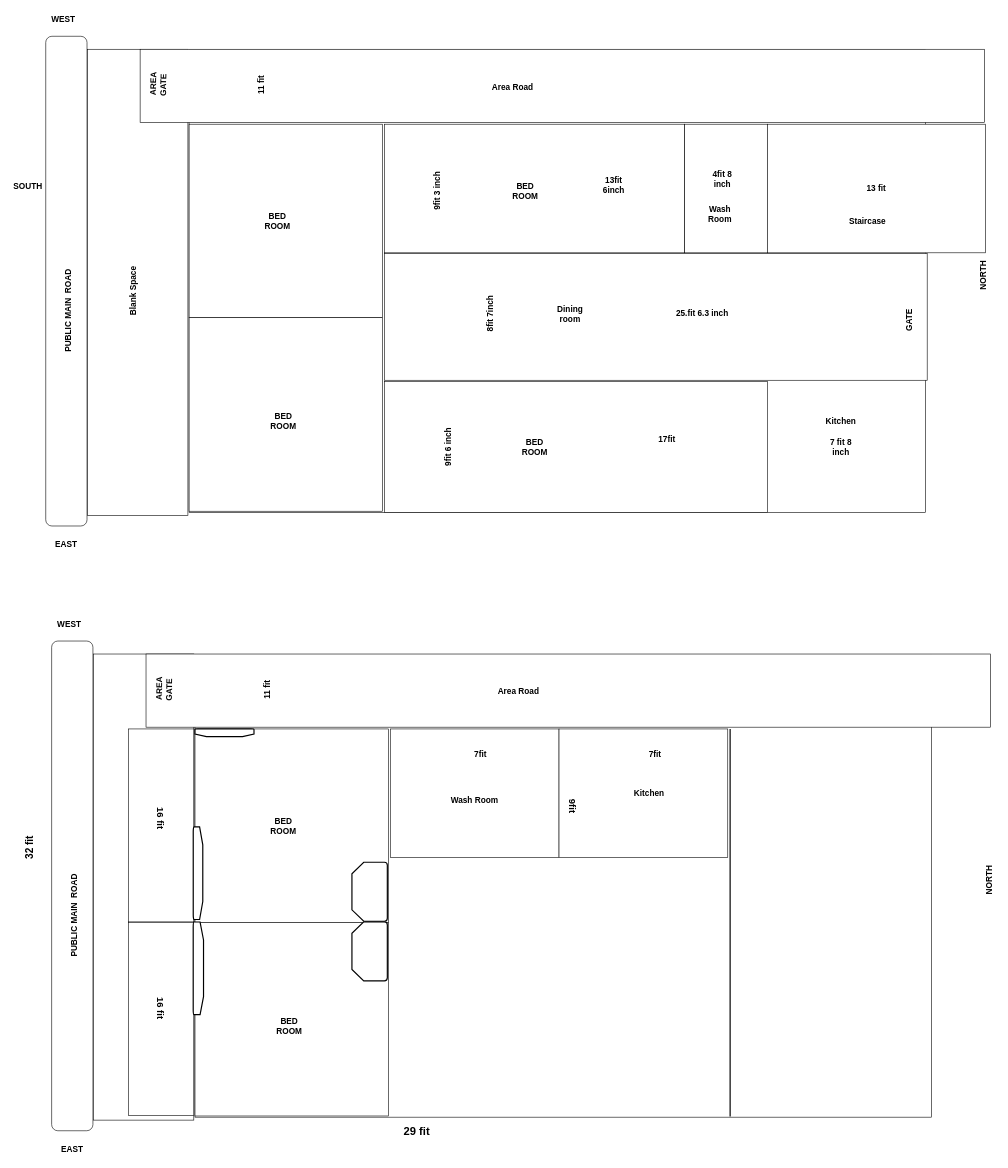
yeasinalicse/demo keeps this draw.io diagram as Untitled Diagram.drawio. Above is the earlier version. Source tidied: cells renumbered, new cells numbered last; positions are measured from the earlier drawing's top-left corner, leaving out a move shared by most shapes. Both pictures are drawn from the tidied source at 59%, with x=0, y=0 at pixel (-14, 10).
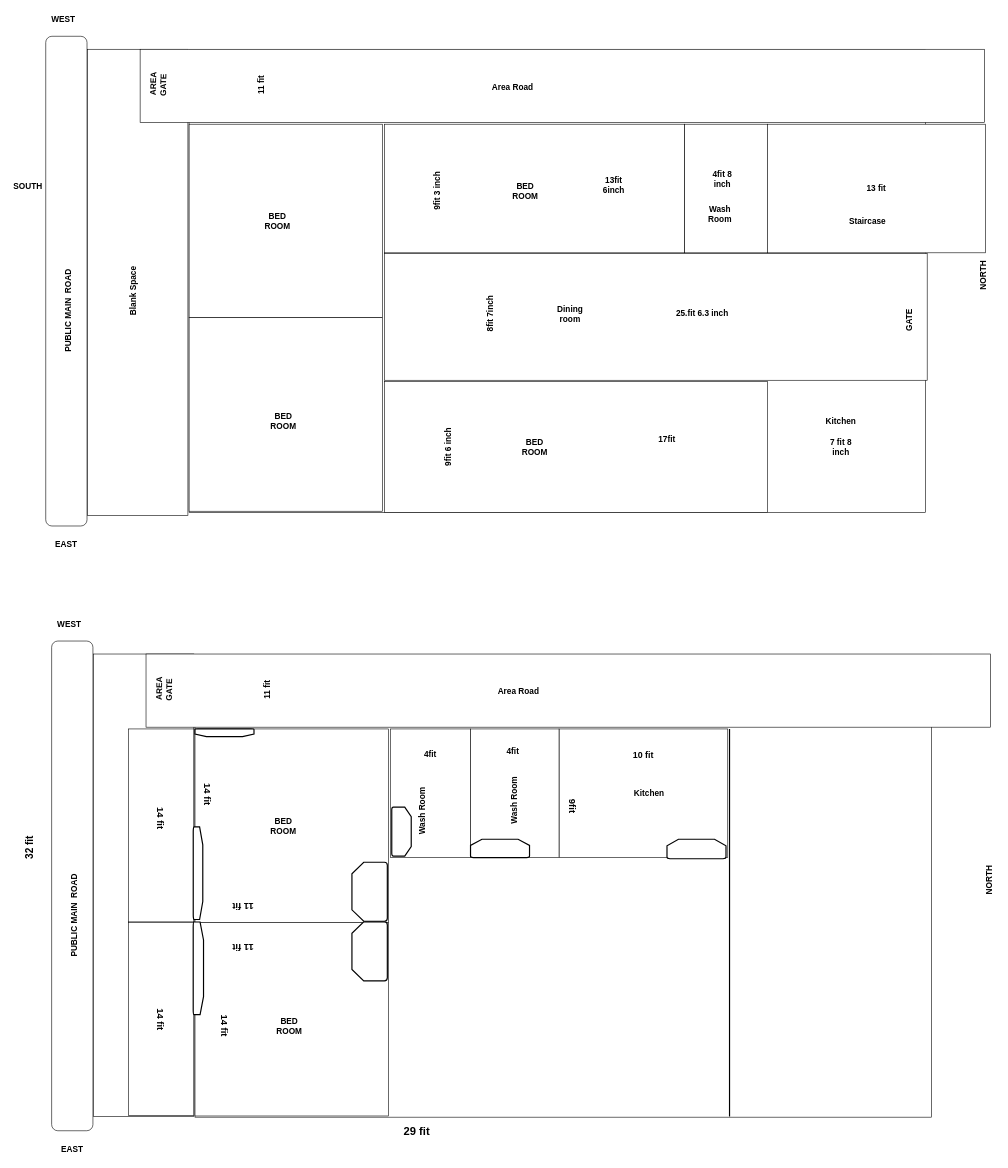
The same page after the edit.

The change refers to these unchanged cells:
```xml
<mxCell id="41" style="group;" parent="1" vertex="1">
  <mxGeometry x="110" y="1025" width="1605" height="920" as="geometry" />
</mxCell>
```

Change to the diagram source:
```diff
@@
     <mxCell id="50" style="rounded=0;whiteSpace=wrap;html=1;fontSize=14;fontStyle=1;" parent="41" vertex="1">
-      <mxGeometry x="574" y="193" width="286" height="218" as="geometry" />
+      <mxGeometry x="574" y="193" width="136" height="218" as="geometry" />
     </mxCell>
-    <mxCell id="51" value="7fit" style="text;html=1;align=center;verticalAlign=middle;whiteSpace=wrap;rounded=0;fontSize=14;fontStyle=1;" parent="41" vertex="1">
-      <mxGeometry x="614" y="230" width="226" height="12" as="geometry" />
+    <mxCell id="51" value="4fit" style="text;html=1;align=center;verticalAlign=middle;whiteSpace=wrap;rounded=0;fontSize=14;fontStyle=1;" parent="41" vertex="1">
+      <mxGeometry x="614" y="230" width="56" height="12" as="geometry" />
     </mxCell>
-    <mxCell id="52" value="Wash Room" style="text;html=1;align=center;verticalAlign=middle;whiteSpace=wrap;rounded=0;fontSize=14;fontStyle=1;" parent="41" vertex="1">
-      <mxGeometry x="639" y="299" width="156" height="30" as="geometry" />
+    <mxCell id="52" value="Wash Room" style="text;html=1;align=center;verticalAlign=middle;whiteSpace=wrap;rounded=0;fontSize=14;fontStyle=1;rotation=-90;" parent="41" vertex="1">
+      <mxGeometry x="568" y="317" width="120" height="30" as="geometry" />
     </mxCell>
@@
     <mxCell id="55" style="rounded=0;whiteSpace=wrap;html=1;fontSize=14;" parent="41" vertex="1">
-      <mxGeometry x="71" y="66" width="170" height="790" as="geometry" />
+      <mxGeometry x="71" y="66" width="170" height="784" as="geometry" />
     </mxCell>
@@
     <mxCell id="69" style="line;strokeWidth=2;direction=south;html=1;" parent="41" vertex="1">
-      <mxGeometry x="1145" y="193" width="10" height="657" as="geometry" />
+      <mxGeometry x="1144" y="193" width="10" height="657" as="geometry" />
     </mxCell>
-    <mxCell id="70" value="16 fit" style="text;html=1;align=center;verticalAlign=middle;whiteSpace=wrap;rounded=0;fontStyle=1;fontSize=16;rotation=90;" parent="41" vertex="1">
+    <mxCell id="70" value="14 fit" style="text;html=1;align=center;verticalAlign=middle;whiteSpace=wrap;rounded=0;fontStyle=1;fontSize=16;rotation=90;" parent="41" vertex="1">
       <mxGeometry x="155.5" y="329" width="60" height="30" as="geometry" />
     </mxCell>
-    <mxCell id="71" value="16 fit" style="text;html=1;align=center;verticalAlign=middle;whiteSpace=wrap;rounded=0;fontStyle=1;fontSize=16;rotation=90;" parent="41" vertex="1">
-      <mxGeometry x="155.5" y="651" width="60" height="30" as="geometry" />
-    </mxCell>
@@
-    <mxCell id="73" value="7fit" style="text;html=1;align=center;verticalAlign=middle;whiteSpace=wrap;rounded=0;fontSize=14;fontStyle=1;" parent="41" vertex="1">
-      <mxGeometry x="910" y="230" width="226" height="12" as="geometry" />
-    </mxCell>
@@
+    <mxCell id="77" value="14 fit" style="text;html=1;align=center;verticalAlign=middle;whiteSpace=wrap;rounded=0;fontStyle=1;fontSize=16;rotation=90;" parent="41" vertex="1">
+      <mxGeometry x="155.5" y="670" width="60" height="30" as="geometry" />
+    </mxCell>
+    <mxCell id="78" value="14 fit" style="text;html=1;align=center;verticalAlign=middle;whiteSpace=wrap;rounded=0;fontStyle=1;fontSize=16;rotation=90;" parent="41" vertex="1">
+      <mxGeometry x="263" y="681" width="60" height="30" as="geometry" />
+    </mxCell>
+    <mxCell id="79" value="11 fit" style="text;html=1;align=center;verticalAlign=middle;whiteSpace=wrap;rounded=0;fontStyle=1;fontSize=16;rotation=-180;" parent="41" vertex="1">
+      <mxGeometry x="295" y="549" width="60" height="30" as="geometry" />
+    </mxCell>
+    <mxCell id="80" style="rounded=0;whiteSpace=wrap;html=1;fontSize=14;fontStyle=1;" parent="41" vertex="1">
+      <mxGeometry x="710" y="193" width="150" height="218" as="geometry" />
+    </mxCell>
+    <mxCell id="81" value="Wash Room" style="text;html=1;align=center;verticalAlign=middle;whiteSpace=wrap;rounded=0;fontSize=14;fontStyle=1;rotation=-90;" parent="41" vertex="1">
+      <mxGeometry x="706" y="299" width="156" height="30" as="geometry" />
+    </mxCell>
+    <mxCell id="82" style="strokeWidth=2;html=1;shape=mxgraph.flowchart.loop_limit;whiteSpace=wrap;rotation=0;" parent="41" vertex="1">
+      <mxGeometry x="1043" y="380" width="100" height="33" as="geometry" />
+    </mxCell>
+    <mxCell id="83" style="strokeWidth=2;html=1;shape=mxgraph.flowchart.loop_limit;whiteSpace=wrap;rotation=0;" parent="41" vertex="1">
+      <mxGeometry x="710" y="380" width="100" height="31" as="geometry" />
+    </mxCell>
+    <mxCell id="84" style="strokeWidth=2;html=1;shape=mxgraph.flowchart.loop_limit;whiteSpace=wrap;rotation=90;" parent="41" vertex="1">
+      <mxGeometry x="551.5" y="350.5" width="83" height="33" as="geometry" />
+    </mxCell>
+    <mxCell id="85" value="11 fit" style="text;html=1;align=center;verticalAlign=middle;whiteSpace=wrap;rounded=0;fontStyle=1;fontSize=16;rotation=-180;" parent="41" vertex="1">
+      <mxGeometry x="295" y="479" width="60" height="30" as="geometry" />
+    </mxCell>
+    <mxCell id="86" value="14 fit" style="text;html=1;align=center;verticalAlign=middle;whiteSpace=wrap;rounded=0;fontStyle=1;fontSize=16;rotation=90;" parent="41" vertex="1">
+      <mxGeometry x="235" y="289" width="60" height="30" as="geometry" />
+    </mxCell>
+    <mxCell id="87" value="4fit" style="text;html=1;align=center;verticalAlign=middle;whiteSpace=wrap;rounded=0;fontSize=14;fontStyle=1;" parent="41" vertex="1">
+      <mxGeometry x="754" y="219" width="56" height="23" as="geometry" />
+    </mxCell>
+    <mxCell id="88" value="10 fit" style="text;html=1;align=center;verticalAlign=middle;whiteSpace=wrap;rounded=0;fontSize=15;fontStyle=1;" parent="41" vertex="1">
+      <mxGeometry x="973" y="222" width="60" height="30" as="geometry" />
+    </mxCell>
```
